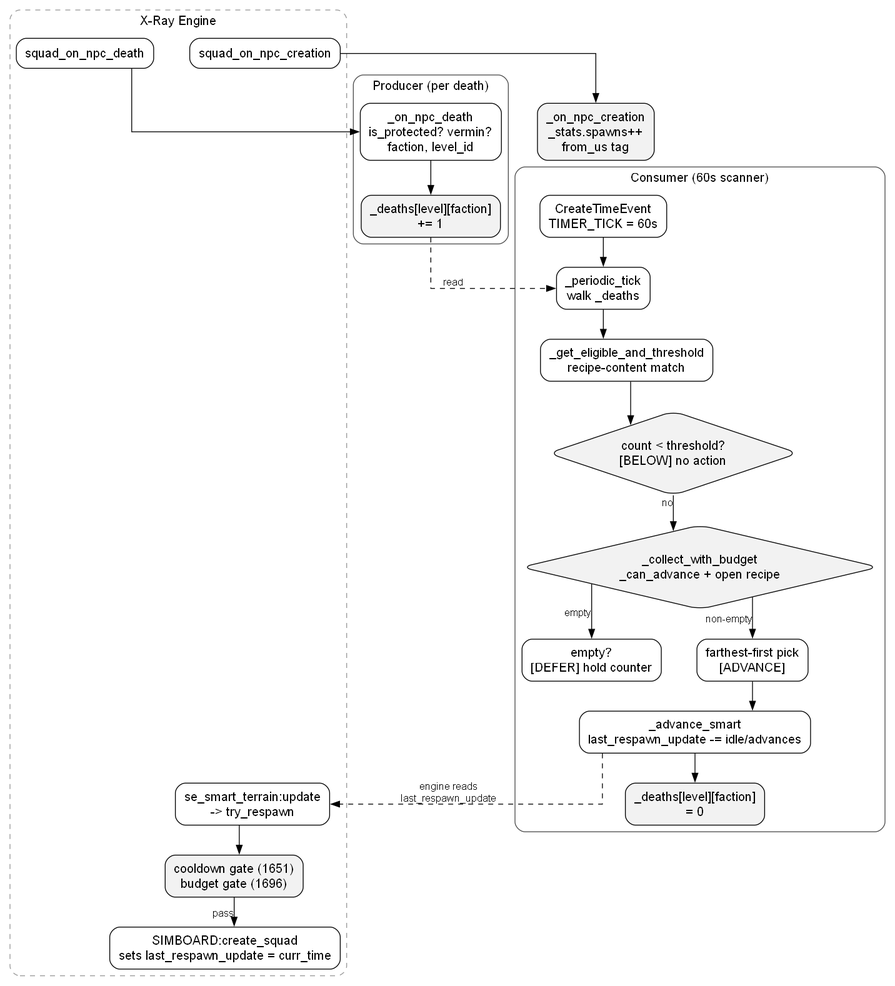
Earlier version of the Graphviz export doc/img/pipeline.png (damiansirbu-stalker/AlifeBalance). Its source is kept beside it as doc/img/pipeline.dot.
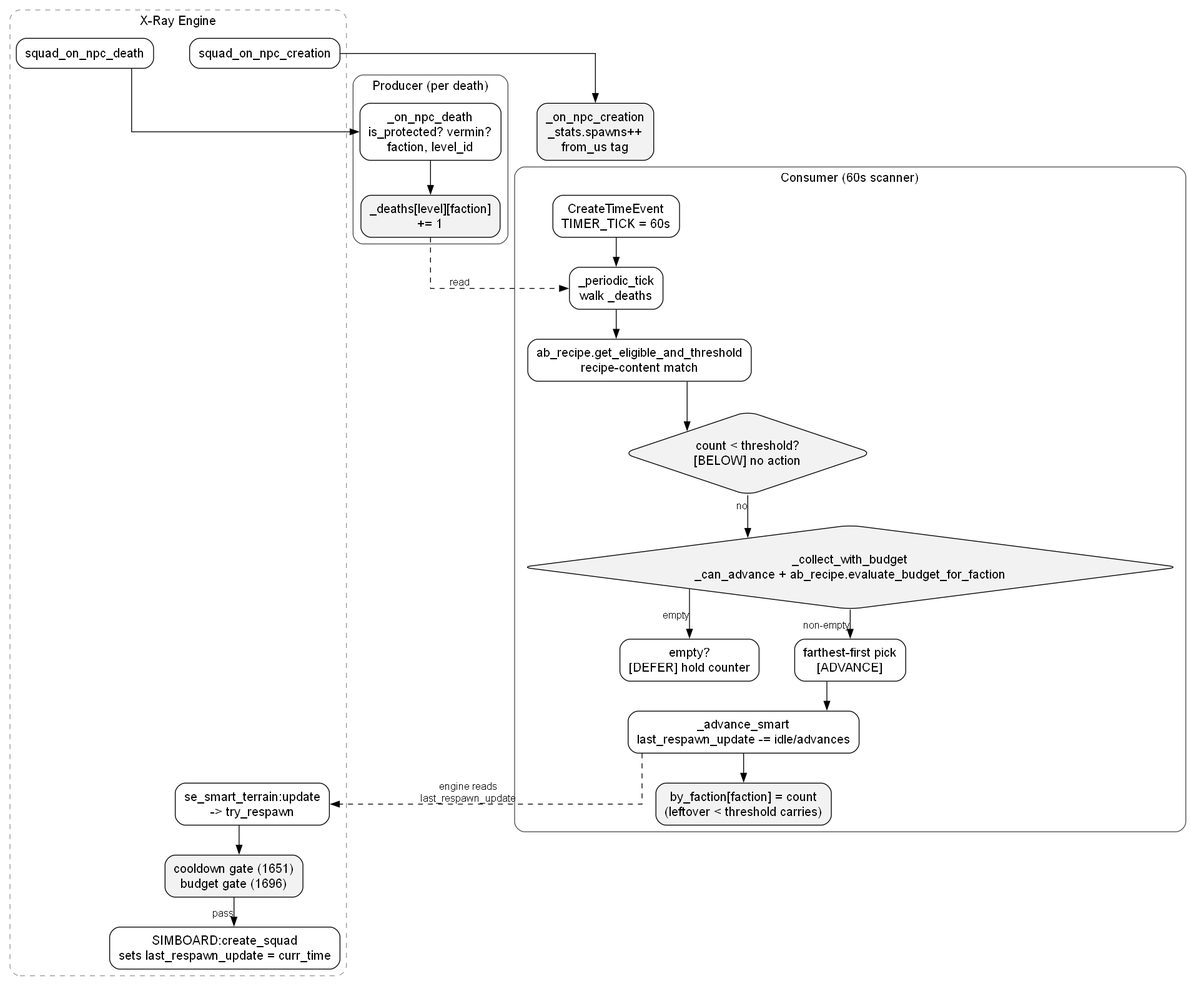
Later version of the same file.

Commit message:
docs(architecture): refresh after ab_recipe split

Pipeline pseudo-code, Performance table, and pipeline.dot still referred
to _get_eligible_and_threshold and _evaluate_budget_for_faction by their
pre-split names. Re-attribute the caches in "What we own" to ab_recipe
(eligibility, threshold) and ab_map (markers). Fix the _advance_smart
line cite to its current location. Pipeline.dot reset node corrected
from "_deaths = 0" to "by_faction[faction] = count" with the
leftover-carries note. Re-rendered pipeline.png.

Change to the diagram source:
```diff
@@ -47,13 +47,13 @@
 
         timer    [label="CreateTimeEvent\nTIMER_TICK = 60s"]
         tick     [label="_periodic_tick\nwalk _deaths"]
-        eligible [label="_get_eligible_and_threshold\nrecipe-content match"]
+        eligible [label="ab_recipe.get_eligible_and_threshold\nrecipe-content match"]
         below    [label="count < threshold?\n[BELOW] no action", shape=diamond, fillcolor=gray95]
-        budget   [label="_collect_with_budget\n_can_advance + open recipe", shape=diamond, fillcolor=gray95]
+        budget   [label="_collect_with_budget\n_can_advance + ab_recipe.evaluate_budget_for_faction", shape=diamond, fillcolor=gray95]
         defer    [label="empty?\n[DEFER] hold counter"]
         pick     [label="farthest-first pick\n[ADVANCE]"]
         advance  [label="_advance_smart\nlast_respawn_update -= idle/advances"]
-        reset    [label="_deaths[level][faction]\n= 0", style="rounded,filled", fillcolor=gray95]
+        reset    [label="by_faction[faction] = count\n(leftover < threshold carries)", style="rounded,filled", fillcolor=gray95]
 
         timer -> tick
         tick -> eligible
```
